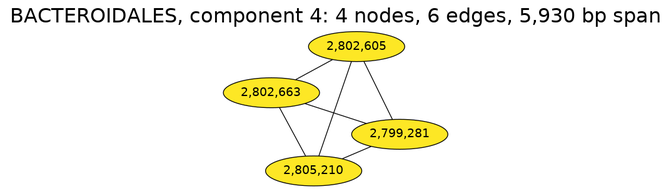
This is notebooks/graphs/BACTEROIDALES_cc4.png from fedarko/sheepgut, a Graphviz export, as it was before one commit. Its source is kept beside it as notebooks/graphs/BACTEROIDALES_cc4.gv.
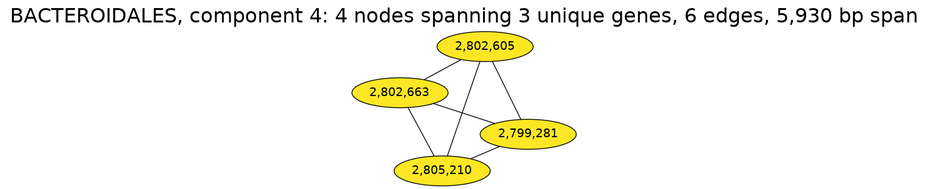
Later version of the same file.

The edit, as a diff of the source:
```diff
@@ -2,7 +2,7 @@
 	overlap="prism50";
 	outputorder="edgesfirst";
 	node [style="filled"];
-	label="BACTEROIDALES, component 4: 4 nodes, 6 edges, 5,930 bp span";
+	label="BACTEROIDALES, component 4: 4 nodes spanning 3 unique genes, 6 edges, 5,930 bp span";
 	labelloc="t";
 	fontsize=24;
 	"2,799,281" [fillcolor="#fde725", fontcolor="#000000"];
```
